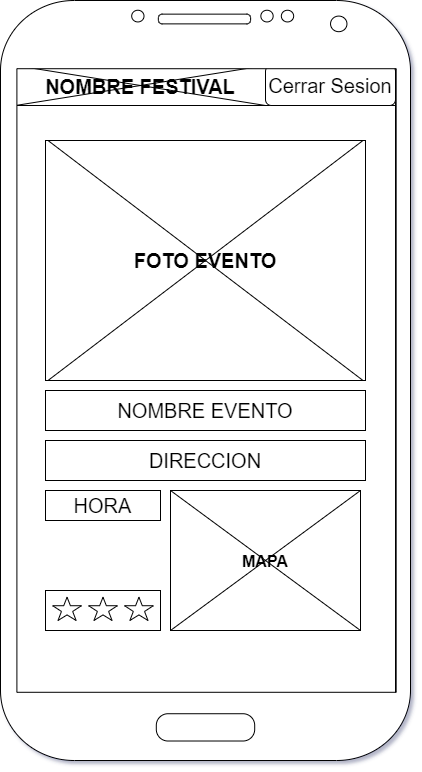
This is P2/img/EventoPagina.png from OscarLM32/DIU, a draw.io export, as it was before one commit. Source tidied: cells renumbered, new cells last; positions are measured from the earlier drawing's top-left corner, leaving out a move shared by most shapes.
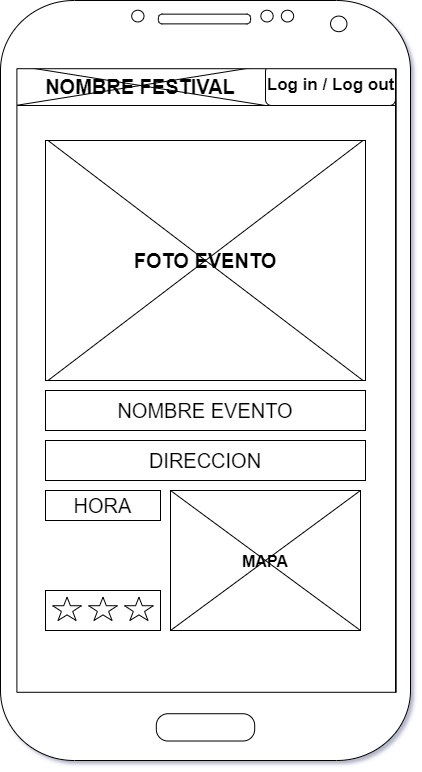
After the change.

Diff of the diagram source:
```diff
@@ -11,7 +11,7 @@
     <mxCell id="4" style="rounded=0;whiteSpace=wrap;html=1;shadow=0;fontSize=20;strokeColor=#000000;" parent="1" vertex="1">
       <mxGeometry x="15" y="65" width="270" height="40" as="geometry" />
     </mxCell>
-    <mxCell id="5" value="Cerrar Sesion" style="rounded=1;whiteSpace=wrap;html=1;shadow=0;fontSize=20;strokeColor=#000000;" parent="1" vertex="1">
+    <mxCell id="5" style="rounded=1;whiteSpace=wrap;html=1;shadow=0;fontSize=20;strokeColor=#000000;" parent="1" vertex="1">
       <mxGeometry x="265" y="65" width="130" height="40" as="geometry" />
     </mxCell>
     <mxCell id="6" value="NOMBRE FESTIVAL" style="shape=umlDestroy;shadow=0;fontSize=20;strokeColor=#000000;fontStyle=1;" parent="1" vertex="1">
@@ -62,5 +62,8 @@
     <mxCell id="21" value="MAPA" style="shape=umlDestroy;rounded=0;shadow=0;fontSize=16;strokeColor=#000000;strokeWidth=1;fontStyle=1;" parent="1" vertex="1">
       <mxGeometry x="170" y="490" width="190" height="140" as="geometry" />
     </mxCell>
+    <mxCell id="22" value="&lt;b style=&quot;font-family: &amp;#34;helvetica&amp;#34;&quot;&gt;Log in / Log out&lt;/b&gt;" style="text;html=1;align=center;verticalAlign=middle;strokeColor=none;fillColor=none;fontSize=17;" parent="1" vertex="1">
+      <mxGeometry x="260" y="70" width="140" height="30" as="geometry" />
+    </mxCell>
   </root>
 </mxGraphModel>
```
